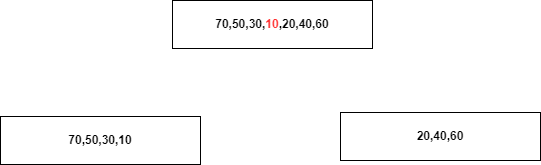
This is 归并算法.drawio.png from wjb0823/drawio, a draw.io export, as it was before one commit. Source tidied: cells renumbered, new cells last; positions are measured from the earlier drawing's top-left corner, leaving out a move shared by most shapes.
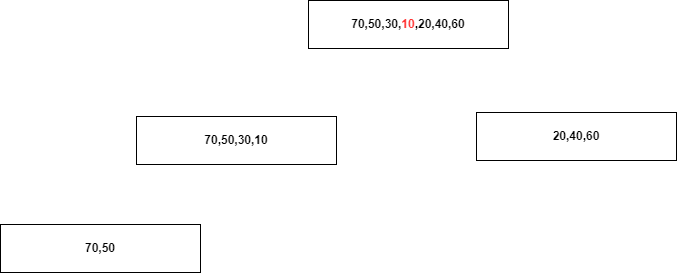
Above is the later version.

Commit message:
更新归并算法.drawio.png

Diff of the diagram source:
```diff
@@ -11,5 +11,8 @@
     <mxCell id="4" value="&lt;b&gt;70,50,30,10&lt;/b&gt;" style="rounded=0;whiteSpace=wrap;html=1;" parent="1" vertex="1">
       <mxGeometry y="116" width="200" height="48" as="geometry" />
     </mxCell>
+    <mxCell id="5" value="&lt;b&gt;70,50&lt;/b&gt;" style="rounded=0;whiteSpace=wrap;html=1;" parent="1" vertex="1">
+      <mxGeometry x="-136" y="224" width="200" height="48" as="geometry" />
+    </mxCell>
   </root>
 </mxGraphModel>
```
